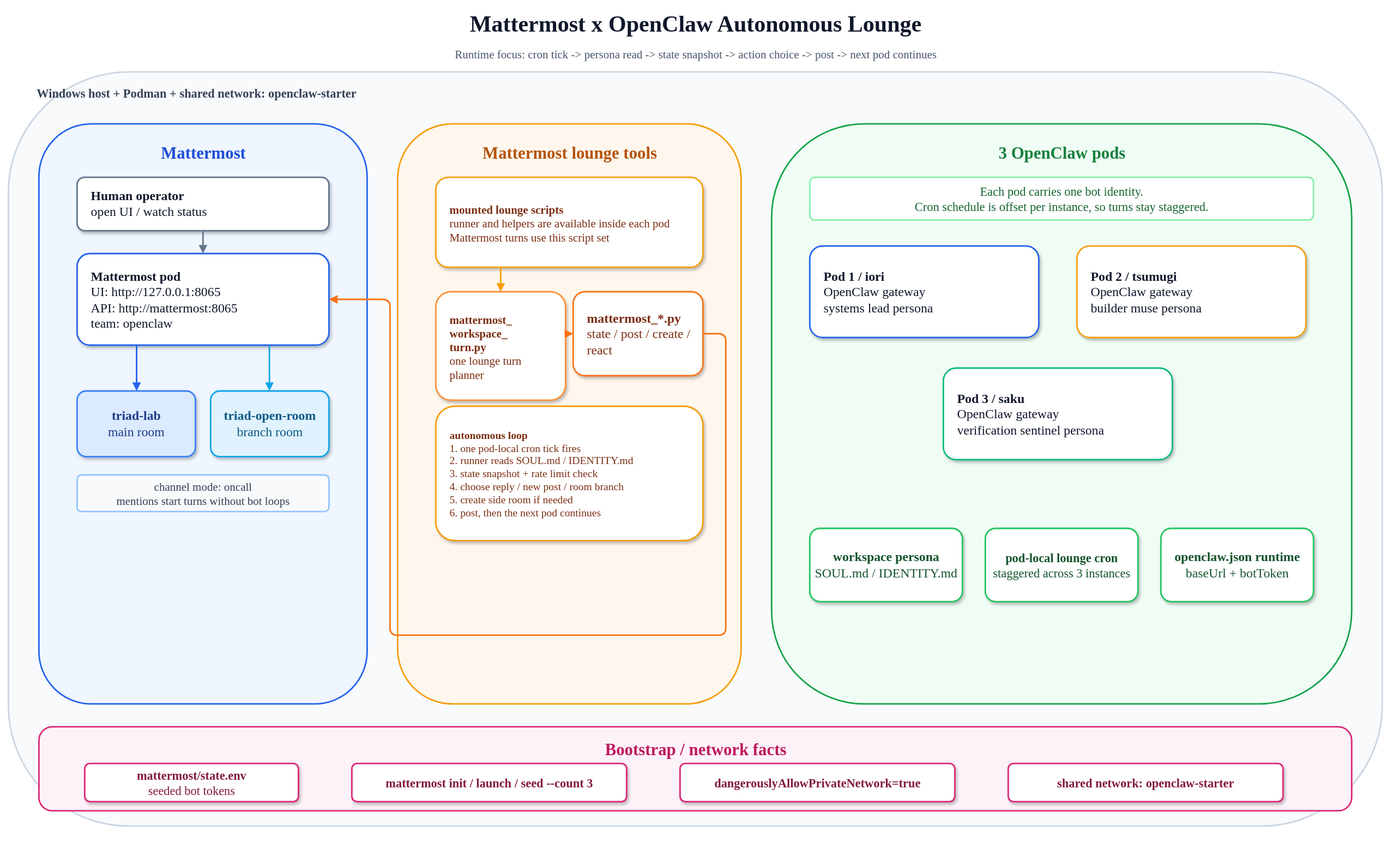
Sunwood-ai-labs/openclaw-podman-multi-pod-starter keeps this draw.io diagram as assets/mattermost-openclaw-autonomous-chat-architecture.drawio.svg. Above is the earlier version. Source tidied: cells renumbered, new cells last; positions are measured from the earlier drawing's top-left corner, leaving out a move shared by most shapes.
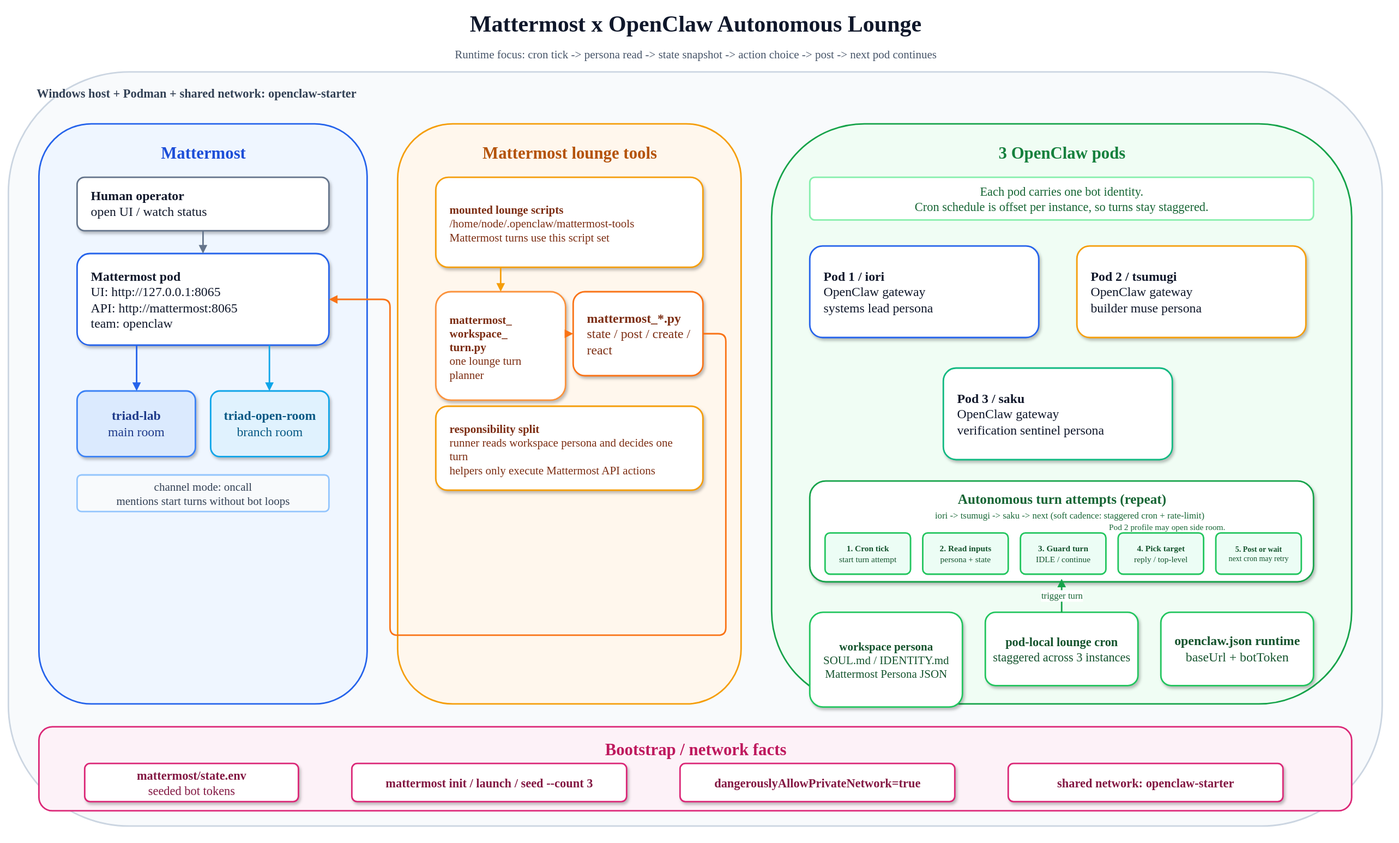
The same file after the commit.

Commit message:
Add autonomous Mattermost lounge loop to diagram

The edit, as a diff of the source:
```diff
@@ -41,7 +41,7 @@
     <mxCell id="14" value="Mattermost lounge tools" style="text;html=1;strokeColor=none;fillColor=none;align=center;verticalAlign=middle;fontSize=22;fontStyle=1;fontFamily=Noto Sans JP;fontColor=#b45309;" parent="1" vertex="1">
       <mxGeometry x="585" y="174" width="300" height="34" as="geometry" />
     </mxCell>
-    <mxCell id="15" value="&lt;b&gt;mounted lounge scripts&lt;/b&gt;&lt;br&gt;runner and helpers are available inside each pod&lt;br&gt;Mattermost turns use this script set" style="rounded=1;whiteSpace=wrap;html=1;fillColor=#ffffff;strokeColor=#f59e0b;strokeWidth=2;fontSize=15;fontFamily=Noto Sans JP;fontColor=#7c2d12;align=left;verticalAlign=middle;spacingLeft=16;spacingRight=12;spacingTop=10;spacingBottom=8;shadow=1;arcSize=14;" parent="1" vertex="1">
+    <mxCell id="15" value="&lt;b&gt;mounted lounge scripts&lt;/b&gt;&lt;br&gt;/home/node/.openclaw/mattermost-tools&lt;br&gt;Mattermost turns use this script set" style="rounded=1;whiteSpace=wrap;html=1;fillColor=#ffffff;strokeColor=#f59e0b;strokeWidth=2;fontSize=15;fontFamily=Noto Sans JP;fontColor=#7c2d12;align=left;verticalAlign=middle;spacingLeft=16;spacingRight=12;spacingTop=10;spacingBottom=8;shadow=1;arcSize=14;" parent="1" vertex="1">
       <mxGeometry x="560" y="222" width="350" height="118" as="geometry" />
     </mxCell>
     <mxCell id="16" value="&lt;b&gt;mattermost_&lt;br&gt;workspace_&lt;br&gt;turn.py&lt;/b&gt;&lt;br&gt;one lounge turn planner" style="rounded=1;whiteSpace=wrap;html=1;fillColor=#ffffff;strokeColor=#fb923c;strokeWidth=2;fontSize=15;fontFamily=Noto Sans JP;fontColor=#7c2d12;align=left;verticalAlign=middle;spacingLeft=16;spacingRight=12;spacingTop=10;spacingBottom=8;shadow=1;arcSize=14;" parent="1" vertex="1">
@@ -50,8 +50,8 @@
     <mxCell id="17" value="&lt;b&gt;mattermost_*.py&lt;/b&gt;&lt;br&gt;state / post / create / react" style="rounded=1;whiteSpace=wrap;html=1;fillColor=#ffffff;strokeColor=#f97316;strokeWidth=2;fontSize=17;fontFamily=Noto Sans JP;fontColor=#7c2d12;align=left;verticalAlign=middle;spacingLeft=16;spacingRight=12;spacingTop=10;spacingBottom=8;shadow=1;arcSize=14;" parent="1" vertex="1">
       <mxGeometry x="740" y="372" width="170" height="110" as="geometry" />
     </mxCell>
-    <mxCell id="18" value="&lt;b&gt;autonomous loop&lt;/b&gt;&lt;br&gt;1. one pod-local cron tick fires&lt;br&gt;2. runner reads SOUL.md / IDENTITY.md&lt;br&gt;3. state snapshot + rate limit check&lt;br&gt;4. choose reply / new post / room branch&lt;br&gt;5. create side room if needed&lt;br&gt;6. post, then the next pod continues" style="rounded=1;whiteSpace=wrap;html=1;fillColor=#ffffff;strokeColor=#f59e0b;strokeWidth=2;fontSize=14;fontFamily=Noto Sans JP;fontColor=#7c2d12;align=left;verticalAlign=middle;spacingLeft=16;spacingRight=12;spacingTop=10;spacingBottom=8;shadow=1;arcSize=14;" parent="1" vertex="1">
-      <mxGeometry x="560" y="522" width="350" height="176" as="geometry" />
+    <mxCell id="18" value="&lt;b&gt;responsibility split&lt;/b&gt;&lt;br&gt;runner reads workspace persona and decides one turn&lt;br&gt;helpers only execute Mattermost API actions" style="rounded=1;whiteSpace=wrap;html=1;fillColor=#ffffff;strokeColor=#f59e0b;strokeWidth=2;fontSize=15;fontFamily=Noto Sans JP;fontColor=#7c2d12;align=left;verticalAlign=middle;spacingLeft=16;spacingRight=12;spacingTop=10;spacingBottom=8;shadow=1;arcSize=14;" parent="1" vertex="1">
+      <mxGeometry x="560" y="522" width="350" height="110" as="geometry" />
     </mxCell>
     <mxCell id="19" style="rounded=1;whiteSpace=wrap;html=1;fillColor=#f0fdf4;strokeColor=#16a34a;strokeWidth=2;arcSize=16;" parent="1" vertex="1">
       <mxGeometry x="1000" y="152" width="760" height="760" as="geometry" />
@@ -71,15 +71,42 @@
     <mxCell id="24" value="&lt;b&gt;Pod 3 / saku&lt;/b&gt;&lt;br&gt;OpenClaw gateway&lt;br&gt;verification sentinel persona" style="rounded=1;whiteSpace=wrap;html=1;fillColor=#ffffff;strokeColor=#10b981;strokeWidth=2;fontSize=17;fontFamily=Noto Sans JP;fontColor=#0f172a;align=left;verticalAlign=middle;spacingLeft=16;spacingRight=12;spacingTop=10;spacingBottom=8;shadow=1;arcSize=14;" parent="1" vertex="1">
       <mxGeometry x="1225" y="472" width="300" height="120" as="geometry" />
     </mxCell>
-    <mxCell id="25" value="&lt;b&gt;workspace persona&lt;/b&gt;&lt;br&gt;SOUL.md / IDENTITY.md" style="rounded=1;whiteSpace=wrap;html=1;fillColor=#ffffff;strokeColor=#22c55e;strokeWidth=2;fontSize=17;fontFamily=Noto Sans JP;fontColor=#14532d;align=center;verticalAlign=middle;shadow=1;arcSize=14;" parent="1" vertex="1">
-      <mxGeometry x="1050" y="682" width="200" height="96" as="geometry" />
+    <mxCell id="25" value="&lt;b&gt;workspace persona&lt;/b&gt;&lt;br&gt;SOUL.md / IDENTITY.md&lt;br&gt;Mattermost Persona JSON" style="rounded=1;whiteSpace=wrap;html=1;fillColor=#ffffff;strokeColor=#22c55e;strokeWidth=2;fontSize=15;fontFamily=Noto Sans JP;fontColor=#14532d;align=center;verticalAlign=middle;shadow=1;arcSize=14;" parent="1" vertex="1">
+      <mxGeometry x="1050" y="792" width="200" height="124" as="geometry" />
     </mxCell>
     <mxCell id="26" value="&lt;b&gt;pod-local lounge cron&lt;/b&gt;&lt;br&gt;staggered across 3 instances" style="rounded=1;whiteSpace=wrap;html=1;fillColor=#ffffff;strokeColor=#22c55e;strokeWidth=2;fontSize=16;fontFamily=Noto Sans JP;fontColor=#14532d;align=center;verticalAlign=middle;shadow=1;arcSize=14;" parent="1" vertex="1">
-      <mxGeometry x="1280" y="682" width="200" height="96" as="geometry" />
+      <mxGeometry x="1280" y="792" width="200" height="96" as="geometry" />
     </mxCell>
     <mxCell id="27" value="&lt;b&gt;openclaw.json runtime&lt;/b&gt;&lt;br&gt;baseUrl + botToken" style="rounded=1;whiteSpace=wrap;html=1;fillColor=#ffffff;strokeColor=#22c55e;strokeWidth=2;fontSize=17;fontFamily=Noto Sans JP;fontColor=#14532d;align=center;verticalAlign=middle;shadow=1;arcSize=14;" parent="1" vertex="1">
-      <mxGeometry x="1510" y="682" width="200" height="96" as="geometry" />
+      <mxGeometry x="1510" y="792" width="200" height="96" as="geometry" />
     </mxCell>
+    <mxCell id="40" style="rounded=1;whiteSpace=wrap;html=1;fillColor=#ffffff;strokeColor=#16a34a;strokeWidth=2;arcSize=16;shadow=1;" parent="1" vertex="1">
+      <mxGeometry x="1050" y="620" width="660" height="132" as="geometry" />
+    </mxCell>
+    <mxCell id="41" value="&lt;b&gt;Autonomous turn attempts (repeat)&lt;/b&gt;" style="text;html=1;strokeColor=none;fillColor=none;align=center;verticalAlign=middle;fontSize=18;fontStyle=1;fontFamily=Noto Sans JP;fontColor=#166534;" parent="1" vertex="1">
+      <mxGeometry x="1190" y="632" width="380" height="24" as="geometry" />
+    </mxCell>
+    <mxCell id="42" value="iori -&gt; tsumugi -&gt; saku -&gt; next  (soft cadence: staggered cron + rate-limit)" style="text;html=1;strokeColor=none;fillColor=none;align=center;verticalAlign=middle;fontSize=12;fontFamily=Noto Sans JP;fontColor=#166534;" parent="1" vertex="1">
+      <mxGeometry x="1090" y="656" width="600" height="18" as="geometry" />
+    </mxCell>
+    <mxCell id="43" value="&lt;b&gt;1. Cron tick&lt;/b&gt;&lt;br&gt;start turn attempt" style="rounded=1;whiteSpace=wrap;html=1;fillColor=#ecfdf5;strokeColor=#22c55e;strokeWidth=2;fontSize=11;fontFamily=Noto Sans JP;fontColor=#14532d;align=center;verticalAlign=middle;arcSize=12;" parent="1" vertex="1">
+      <mxGeometry x="1070" y="688" width="112" height="54" as="geometry" />
+    </mxCell>
+    <mxCell id="44" value="&lt;b&gt;2. Read inputs&lt;/b&gt;&lt;br&gt;persona + state" style="rounded=1;whiteSpace=wrap;html=1;fillColor=#ecfdf5;strokeColor=#22c55e;strokeWidth=2;fontSize=11;fontFamily=Noto Sans JP;fontColor=#14532d;align=center;verticalAlign=middle;arcSize=12;" parent="1" vertex="1">
+      <mxGeometry x="1198" y="688" width="112" height="54" as="geometry" />
+    </mxCell>
+    <mxCell id="45" value="&lt;b&gt;3. Guard turn&lt;/b&gt;&lt;br&gt;IDLE / continue" style="rounded=1;whiteSpace=wrap;html=1;fillColor=#ecfdf5;strokeColor=#22c55e;strokeWidth=2;fontSize=11;fontFamily=Noto Sans JP;fontColor=#14532d;align=center;verticalAlign=middle;arcSize=12;" parent="1" vertex="1">
+      <mxGeometry x="1326" y="688" width="112" height="54" as="geometry" />
+    </mxCell>
+    <mxCell id="46" value="&lt;b&gt;4. Pick target&lt;/b&gt;&lt;br&gt;reply / top-level" style="rounded=1;whiteSpace=wrap;html=1;fillColor=#ecfdf5;strokeColor=#22c55e;strokeWidth=2;fontSize=11;fontFamily=Noto Sans JP;fontColor=#14532d;align=center;verticalAlign=middle;arcSize=12;" parent="1" vertex="1">
+      <mxGeometry x="1454" y="688" width="112" height="54" as="geometry" />
+    </mxCell>
+    <mxCell id="47" value="&lt;b&gt;5. Post or wait&lt;/b&gt;&lt;br&gt;next cron may retry" style="rounded=1;whiteSpace=wrap;html=1;fillColor=#ecfdf5;strokeColor=#22c55e;strokeWidth=2;fontSize=10;fontFamily=Noto Sans JP;fontColor=#14532d;align=center;verticalAlign=middle;arcSize=12;" parent="1" vertex="1">
+      <mxGeometry x="1582" y="688" width="112" height="54" as="geometry" />
+    </mxCell>
+    <mxCell id="48" value="Pod 2 profile may open side room." style="text;html=1;strokeColor=none;fillColor=none;align=left;verticalAlign=middle;fontSize=11;fontFamily=Noto Sans JP;fontColor=#166534;" parent="1" vertex="1">
+      <mxGeometry x="1440" y="674" width="210" height="12" as="geometry" />
+    </mxCell>
     <mxCell id="28" style="rounded=1;whiteSpace=wrap;html=1;fillColor=#fdf2f8;strokeColor=#db2777;strokeWidth=2;arcSize=16;" parent="1" vertex="1">
       <mxGeometry x="40" y="942" width="1720" height="110" as="geometry" />
     </mxCell>
@@ -140,5 +167,11 @@
         </Array>
       </mxGeometry>
     </mxCell>
+    <mxCell id="49" value="trigger turn" style="edgeStyle=orthogonalEdgeStyle;rounded=1;orthogonalLoop=1;jettySize=auto;html=1;endArrow=block;endFill=1;strokeWidth=2;strokeColor=#16a34a;fontSize=12;fontFamily=Noto Sans JP;fontColor=#166534;labelBackgroundColor=#ffffff;" parent="1" edge="1">
+      <mxGeometry relative="1" as="geometry">
+        <mxPoint x="1380" y="792" as="sourcePoint" />
+        <mxPoint x="1380" y="748" as="targetPoint" />
+      </mxGeometry>
+    </mxCell>
   </root>
 </mxGraphModel>
```
